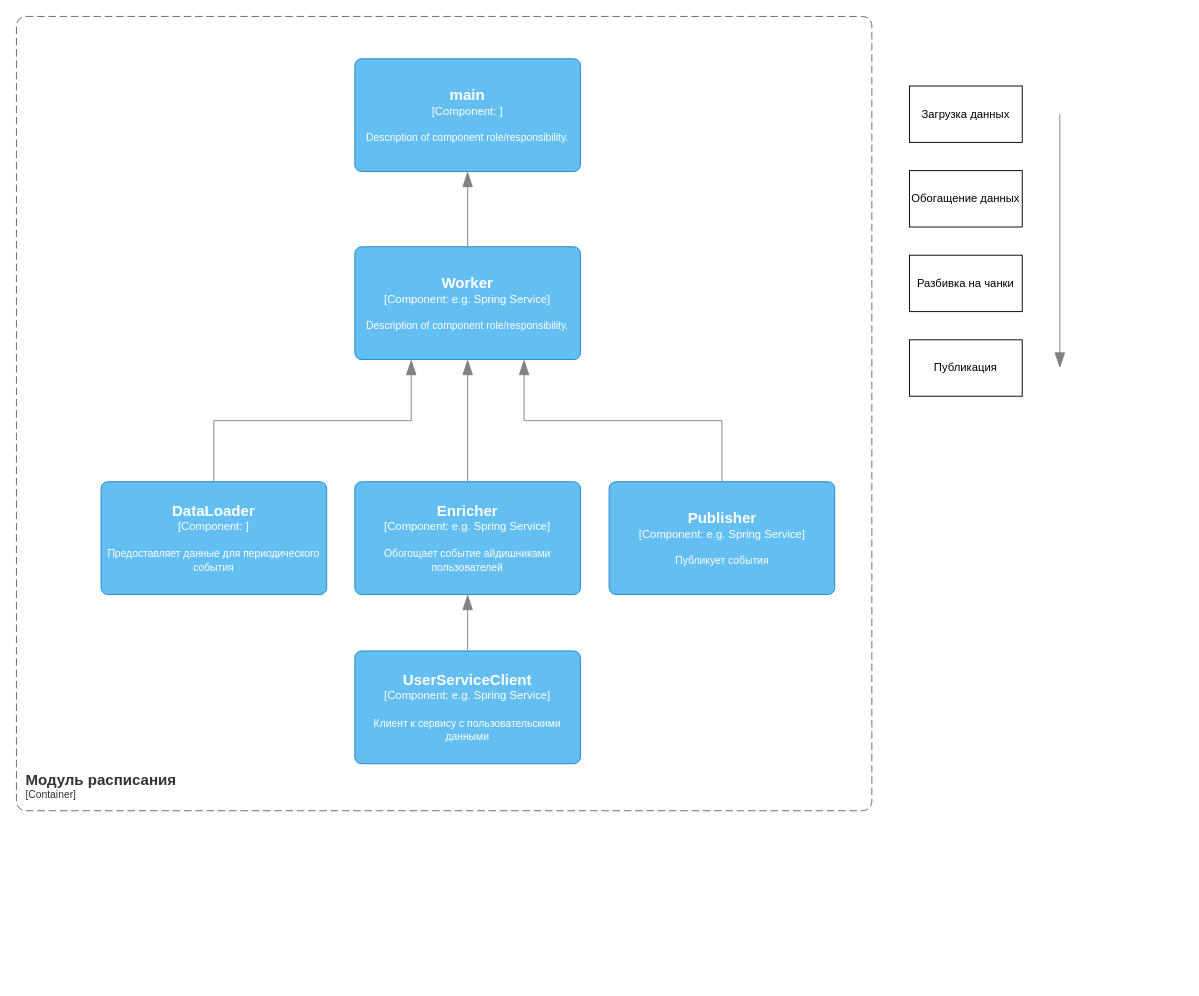
TheZavitaev/notifications_sprint_1 keeps this draw.io diagram as scheduler/docs/c3.drawio. Above is the earlier version. Source tidied: cells renumbered, new cells numbered last; positions are measured from the earlier drawing's top-left corner, leaving out a move shared by most shapes. Both pictures are drawn from the tidied source at 94%, with x=0, y=0 at pixel (16, 16).
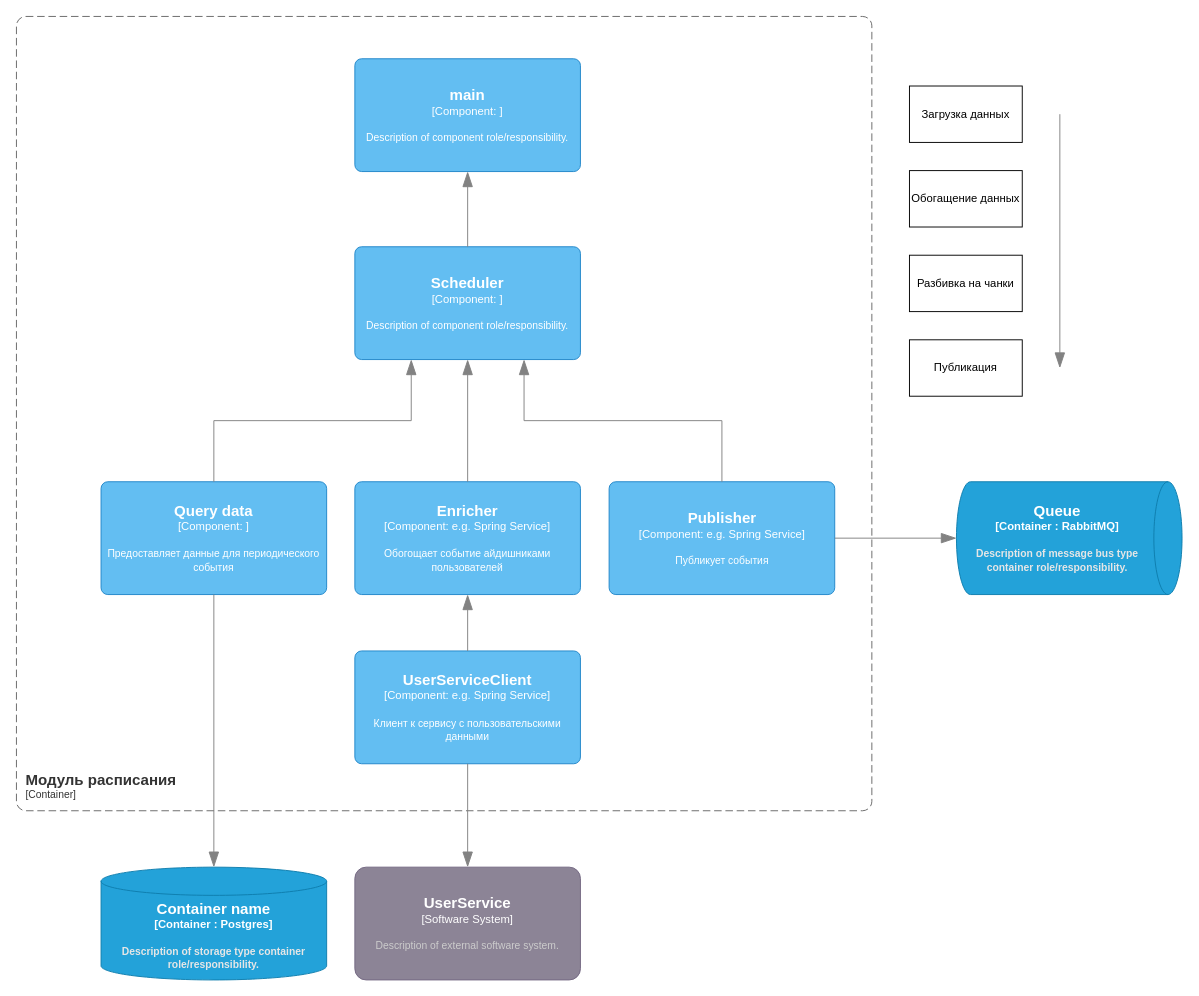
After the change.

The change refers to these unchanged cells:
```xml
<object id="7" label="&lt;font style=&quot;font-size: 16px&quot;&gt;&lt;b&gt;%c4Name%&lt;/b&gt;&lt;/font&gt;&lt;div&gt;[%c4Type%: %c4Technology%]&lt;/div&gt;&lt;br&gt;&lt;div&gt;&lt;font style=&quot;font-size: 11px&quot;&gt;%c4Description%&lt;/font&gt;&lt;/div&gt;" c4Description="Клиент к сервису с пользовательскими данными" c4Name="UserServiceClient" c4Technology="e.g. Spring Service" c4Type="Component" placeholders="1">
  <mxCell style="rounded=1;whiteSpace=wrap;html=1;labelBackgroundColor=none;fillColor=#63BEF2;fontColor=#ffffff;align=center;arcSize=6;strokeColor=#2086C9;points=[[0.25,0,0],[0.5,0,0],[0.75,0,0],[1,0.25,0],[1,0.5,0],[1,0.75,0],[0.75,1,0],[0.5,1,0],[0.25,1,0],[0,0.75,0],[0,0.5,0],[0,0.25,0]];" parent="1" vertex="1">
    <mxGeometry x="360" y="675" width="240" height="120" as="geometry" />
  </mxCell>
</object>
<object id="10" label="&lt;font style=&quot;font-size: 16px&quot;&gt;&lt;b&gt;%c4Name%&lt;/b&gt;&lt;/font&gt;&lt;div&gt;[%c4Type%: %c4Technology%]&lt;/div&gt;&lt;br&gt;&lt;div&gt;&lt;font style=&quot;font-size: 11px&quot;&gt;%c4Description%&lt;/font&gt;&lt;/div&gt;" c4Description="Публикует события" c4Name="Publisher" c4Technology="e.g. Spring Service" c4Type="Component" placeholders="1">
  <mxCell style="rounded=1;whiteSpace=wrap;html=1;labelBackgroundColor=none;fillColor=#63BEF2;fontColor=#ffffff;align=center;arcSize=6;strokeColor=#2086C9;points=[[0.25,0,0],[0.5,0,0],[0.75,0,0],[1,0.25,0],[1,0.5,0],[1,0.75,0],[0.75,1,0],[0.5,1,0],[0.25,1,0],[0,0.75,0],[0,0.5,0],[0,0.25,0]];" parent="1" vertex="1">
    <mxGeometry x="630.5" y="495" width="240" height="120" as="geometry" />
  </mxCell>
</object>
```

Change to the diagram source:
```diff
@@
-    <object id="3" label="&lt;font style=&quot;font-size: 16px&quot;&gt;&lt;b&gt;%c4Name%&lt;/b&gt;&lt;/font&gt;&lt;div&gt;[%c4Type%: %c4Technology%]&lt;/div&gt;&lt;br&gt;&lt;div&gt;&lt;font style=&quot;font-size: 11px&quot;&gt;%c4Description%&lt;/font&gt;&lt;/div&gt;" c4Description="Предоставляет данные для периодического события" c4Name="DataLoader" c4Technology="" c4Type="Component" placeholders="1">
+    <object id="3" label="&lt;font style=&quot;font-size: 16px&quot;&gt;&lt;b&gt;%c4Name%&lt;/b&gt;&lt;/font&gt;&lt;div&gt;[%c4Type%: %c4Technology%]&lt;/div&gt;&lt;br&gt;&lt;div&gt;&lt;font style=&quot;font-size: 11px&quot;&gt;%c4Description%&lt;/font&gt;&lt;/div&gt;" c4Description="Предоставляет данные для периодического события" c4Name="Query data" c4Technology="" c4Type="Component" placeholders="1">
       <mxCell style="rounded=1;whiteSpace=wrap;html=1;labelBackgroundColor=none;fillColor=#63BEF2;fontColor=#ffffff;align=center;arcSize=6;strokeColor=#2086C9;points=[[0.25,0,0],[0.5,0,0],[0.75,0,0],[1,0.25,0],[1,0.5,0],[1,0.75,0],[0.75,1,0],[0.5,1,0],[0.25,1,0],[0,0.75,0],[0,0.5,0],[0,0.25,0]];" parent="1" vertex="1">
         <mxGeometry x="90" y="495" width="240" height="120" as="geometry" />
       </mxCell>
     </object>
@@
-    <object id="5" label="&lt;font style=&quot;font-size: 16px&quot;&gt;&lt;b&gt;%c4Name%&lt;/b&gt;&lt;/font&gt;&lt;div&gt;[%c4Type%: %c4Technology%]&lt;/div&gt;&lt;br&gt;&lt;div&gt;&lt;font style=&quot;font-size: 11px&quot;&gt;%c4Description%&lt;/font&gt;&lt;/div&gt;" c4Description="Description of component role/responsibility." c4Name="Worker" c4Technology="e.g. Spring Service" c4Type="Component" placeholders="1">
+    <object id="5" label="&lt;font style=&quot;font-size: 16px&quot;&gt;&lt;b&gt;%c4Name%&lt;/b&gt;&lt;/font&gt;&lt;div&gt;[%c4Type%: %c4Technology%]&lt;/div&gt;&lt;br&gt;&lt;div&gt;&lt;font style=&quot;font-size: 11px&quot;&gt;%c4Description%&lt;/font&gt;&lt;/div&gt;" c4Description="Description of component role/responsibility." c4Name="Scheduler" c4Technology="" c4Type="Component" placeholders="1">
       <mxCell style="rounded=1;whiteSpace=wrap;html=1;labelBackgroundColor=none;fillColor=#63BEF2;fontColor=#ffffff;align=center;arcSize=6;strokeColor=#2086C9;points=[[0.25,0,0],[0.5,0,0],[0.75,0,0],[1,0.25,0],[1,0.5,0],[1,0.75,0],[0.75,1,0],[0.5,1,0],[0.25,1,0],[0,0.75,0],[0,0.5,0],[0,0.25,0]];" parent="1" vertex="1">
         <mxGeometry x="360" y="245" width="240" height="120" as="geometry" />
       </mxCell>
     </object>
@@
+    <object id="19" label="&lt;font style=&quot;font-size: 16px&quot;&gt;&lt;b&gt;%c4Type%&lt;/font&gt;&lt;div&gt;[%c4Container%:&amp;nbsp;%c4Technology%]&lt;/div&gt;&lt;br&gt;&lt;div&gt;&lt;font style=&quot;font-size: 11px&quot;&gt;&lt;font color=&quot;#E6E6E6&quot;&gt;%c4Description%&lt;/font&gt;&lt;/div&gt;" c4Container="Container " c4Description="Description of storage type container role/responsibility." c4Technology="Postgres" c4Type="Container name" placeholders="1">
+      <mxCell style="shape=cylinder3;size=15;whiteSpace=wrap;html=1;boundedLbl=1;rounded=0;labelBackgroundColor=none;fillColor=#23A2D9;fontSize=12;fontColor=#ffffff;align=center;strokeColor=#0E7DAD;points=[[0.5,0,0],[1,0.25,0],[1,0.5,0],[1,0.75,0],[0.5,1,0],[0,0.75,0],[0,0.5,0],[0,0.25,0]];" parent="1" vertex="1">
+        <mxGeometry x="90" y="905" width="240" height="120" as="geometry" />
+      </mxCell>
+    </object>
+    <mxCell id="20" style="endArrow=blockThin;html=1;fontSize=10;fontColor=#404040;strokeWidth=1;endFill=1;strokeColor=#828282;elbow=vertical;endSize=14;startSize=14;jumpStyle=arc;jumpSize=16;rounded=0;edgeStyle=orthogonalEdgeStyle;exitX=0.5;exitY=1;exitDx=0;exitDy=0;exitPerimeter=0;entryX=0.5;entryY=0;entryDx=0;entryDy=0;entryPerimeter=0;" parent="1" edge="1" source="3" target="19">
+      <mxGeometry relative="1" as="geometry" />
+    </mxCell>
+    <object id="21" label="&lt;font style=&quot;font-size: 16px&quot;&gt;&lt;b&gt;%c4Name%&lt;/b&gt;&lt;/font&gt;&lt;div&gt;[%c4Type%]&lt;/div&gt;&lt;br&gt;&lt;div&gt;&lt;font style=&quot;font-size: 11px&quot;&gt;&lt;font color=&quot;#cccccc&quot;&gt;%c4Description%&lt;/font&gt;&lt;/div&gt;" c4Description="Description of external software system." c4Name="UserService" c4Type="Software System" placeholders="1">
+      <mxCell style="rounded=1;whiteSpace=wrap;html=1;labelBackgroundColor=none;fillColor=#8C8496;fontColor=#ffffff;align=center;arcSize=10;strokeColor=#736782;points=[[0.25,0,0],[0.5,0,0],[0.75,0,0],[1,0.25,0],[1,0.5,0],[1,0.75,0],[0.75,1,0],[0.5,1,0],[0.25,1,0],[0,0.75,0],[0,0.5,0],[0,0.25,0]];" parent="1" vertex="1">
+        <mxGeometry x="360" y="905" width="240" height="120" as="geometry" />
+      </mxCell>
+    </object>
+    <mxCell id="22" style="endArrow=blockThin;html=1;fontSize=10;fontColor=#404040;strokeWidth=1;endFill=1;strokeColor=#828282;elbow=vertical;endSize=14;startSize=14;jumpStyle=arc;jumpSize=16;rounded=0;edgeStyle=orthogonalEdgeStyle;exitX=0.5;exitY=1;exitDx=0;exitDy=0;exitPerimeter=0;entryX=0.5;entryY=0;entryDx=0;entryDy=0;entryPerimeter=0;" parent="1" edge="1" source="7" target="21">
+      <mxGeometry relative="1" as="geometry" />
+    </mxCell>
+    <object id="23" label="&lt;font style=&quot;font-size: 16px&quot;&gt;&lt;b&gt;%c4Type%&lt;/font&gt;&lt;div&gt;[%c4Container%:&amp;nbsp;%c4Technology%]&lt;/div&gt;&lt;br&gt;&lt;div&gt;&lt;font style=&quot;font-size: 11px&quot;&gt;&lt;font color=&quot;#E6E6E6&quot;&gt;%c4Description%&lt;/font&gt;&lt;/div&gt;" c4Container="Container " c4Description="Description of message bus type container role/responsibility." c4Technology="RabbitMQ" c4Type="Queue" placeholders="1">
+      <mxCell style="shape=cylinder3;size=15;direction=south;whiteSpace=wrap;html=1;boundedLbl=1;rounded=0;labelBackgroundColor=none;fillColor=#23A2D9;fontSize=12;fontColor=#ffffff;align=center;strokeColor=#0E7DAD;points=[[0.5,0,0],[1,0.25,0],[1,0.5,0],[1,0.75,0],[0.5,1,0],[0,0.75,0],[0,0.5,0],[0,0.25,0]];" parent="1" vertex="1">
+        <mxGeometry x="1000" y="495" width="240" height="120" as="geometry" />
+      </mxCell>
+    </object>
+    <mxCell id="24" style="endArrow=blockThin;html=1;fontSize=10;fontColor=#404040;strokeWidth=1;endFill=1;strokeColor=#828282;elbow=vertical;endSize=14;startSize=14;jumpStyle=arc;jumpSize=16;rounded=0;edgeStyle=orthogonalEdgeStyle;exitX=1;exitY=0.5;exitDx=0;exitDy=0;exitPerimeter=0;entryX=0.5;entryY=1;entryDx=0;entryDy=0;entryPerimeter=0;" parent="1" edge="1" source="10" target="23">
+      <mxGeometry relative="1" as="geometry" />
+    </mxCell>
```
